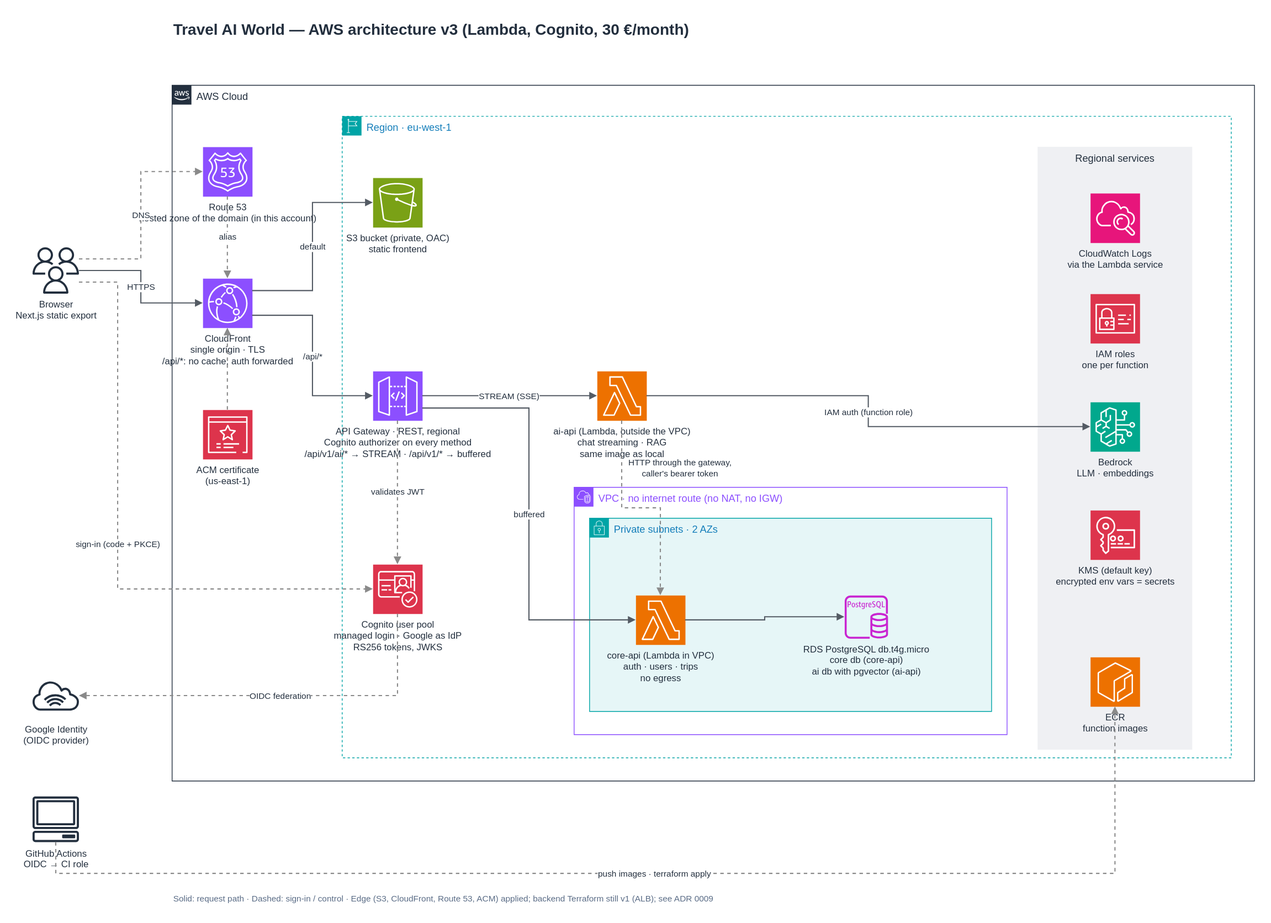
Before: docs/architecture/aws-architecture.drawio.svg, a diagram exported from draw.io (manupm87/travel-ai-world). Source tidied: cells renumbered, new cells last; positions are measured from the earlier drawing's top-left corner, leaving out a move shared by most shapes.
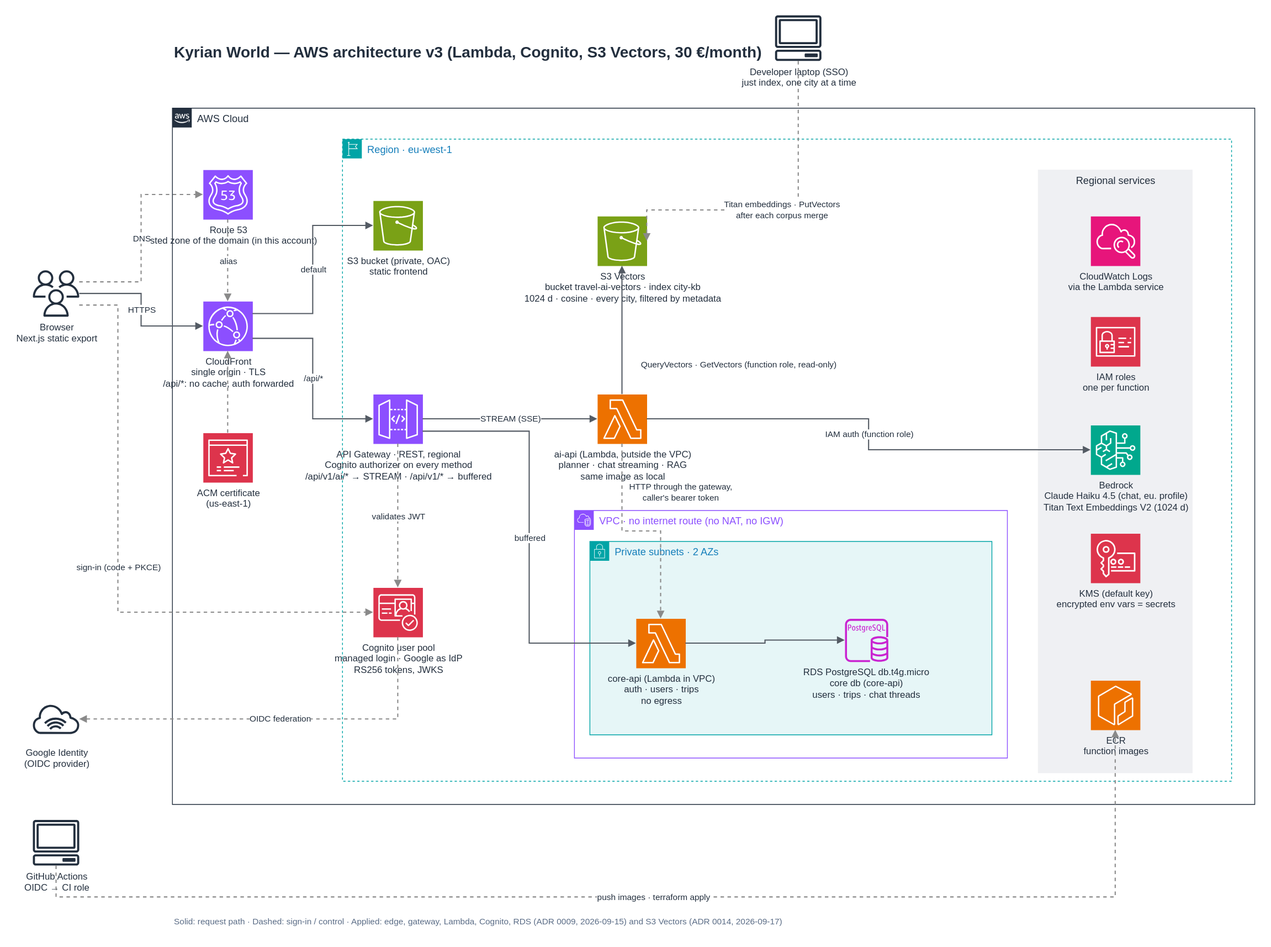
The same diagram one commit later.

Commit message:
docs: AWS diagram shows S3 Vectors and the Bedrock models, drops pgvector and the v1 note (TRA-203)

Change to the diagram source:
```diff
@@ -35,7 +35,7 @@
     <mxCell id="12" value="Cognito user pool&lt;br&gt;managed login · Google as IdP&lt;br&gt;RS256 tokens, JWKS" style="sketch=0;points=[[0,0,0],[0.25,0,0],[0.5,0,0],[0.75,0,0],[1,0,0],[0,1,0],[0.25,1,0],[0.5,1,0],[0.75,1,0],[1,1,0],[0,0.25,0],[0,0.5,0],[0,0.75,0],[1,0.25,0],[1,0.5,0],[1,0.75,0]];outlineConnect=0;fontColor=#232F3E;fillColor=#DD344C;strokeColor=#ffffff;dashed=0;verticalLabelPosition=bottom;verticalAlign=top;align=center;html=1;fontSize=12;fontStyle=0;shape=mxgraph.aws4.resourceIcon;resIcon=mxgraph.aws4.cognito;" parent="9" vertex="1">
       <mxGeometry x="40" y="580" width="64" height="64" as="geometry" />
     </mxCell>
-    <mxCell id="13" value="ai-api (Lambda, outside the VPC)&lt;br&gt;chat streaming · RAG&lt;br&gt;same image as local" style="sketch=0;points=[[0,0,0],[0.25,0,0],[0.5,0,0],[0.75,0,0],[1,0,0],[0,1,0],[0.25,1,0],[0.5,1,0],[0.75,1,0],[1,1,0],[0,0.25,0],[0,0.5,0],[0,0.75,0],[1,0.25,0],[1,0.5,0],[1,0.75,0]];outlineConnect=0;fontColor=#232F3E;fillColor=#ED7100;strokeColor=#ffffff;dashed=0;verticalLabelPosition=bottom;verticalAlign=top;align=center;html=1;fontSize=12;fontStyle=0;shape=mxgraph.aws4.resourceIcon;resIcon=mxgraph.aws4.lambda;" parent="9" vertex="1">
+    <mxCell id="13" value="ai-api (Lambda, outside the VPC)&lt;br&gt;planner · chat streaming · RAG&lt;br&gt;same image as local" style="sketch=0;points=[[0,0,0],[0.25,0,0],[0.5,0,0],[0.75,0,0],[1,0,0],[0,1,0],[0.25,1,0],[0.5,1,0],[0.75,1,0],[1,1,0],[0,0.25,0],[0,0.5,0],[0,0.75,0],[1,0.25,0],[1,0.5,0],[1,0.75,0]];outlineConnect=0;fontColor=#232F3E;fillColor=#ED7100;strokeColor=#ffffff;dashed=0;verticalLabelPosition=bottom;verticalAlign=top;align=center;html=1;fontSize=12;fontStyle=0;shape=mxgraph.aws4.resourceIcon;resIcon=mxgraph.aws4.lambda;" parent="9" vertex="1">
       <mxGeometry x="330" y="330" width="64" height="64" as="geometry" />
     </mxCell>
     <mxCell id="14" value="VPC · no internet route (no NAT, no IGW)" style="gradientColor=none;html=1;whiteSpace=wrap;fontSize=13;fontStyle=0;shape=mxgraph.aws4.group;grIcon=mxgraph.aws4.group_vpc2;verticalAlign=top;align=left;spacingLeft=30;strokeColor=#8C4FFF;fillColor=none;fontColor=#8C4FFF;dashed=0;" parent="9" vertex="1">
@@ -47,7 +47,7 @@
     <mxCell id="16" value="core-api (Lambda in VPC)&lt;br&gt;auth · users · trips&lt;br&gt;no egress" style="sketch=0;points=[[0,0,0],[0.25,0,0],[0.5,0,0],[0.75,0,0],[1,0,0],[0,1,0],[0.25,1,0],[0.5,1,0],[0.75,1,0],[1,1,0],[0,0.25,0],[0,0.5,0],[0,0.75,0],[1,0.25,0],[1,0.5,0],[1,0.75,0]];outlineConnect=0;fontColor=#232F3E;fillColor=#ED7100;strokeColor=#ffffff;dashed=0;verticalLabelPosition=bottom;verticalAlign=top;align=center;html=1;fontSize=12;fontStyle=0;shape=mxgraph.aws4.resourceIcon;resIcon=mxgraph.aws4.lambda;" parent="15" vertex="1">
       <mxGeometry x="60" y="100" width="64" height="64" as="geometry" />
     </mxCell>
-    <mxCell id="17" value="RDS PostgreSQL db.t4g.micro&lt;br&gt;core db (core-api)&lt;br&gt;ai db with pgvector (ai-api)" style="sketch=0;points=[[0,0,0],[0.25,0,0],[0.5,0,0],[0.75,0,0],[1,0,0],[0,1,0],[0.25,1,0],[0.5,1,0],[0.75,1,0],[1,1,0],[0,0.25,0],[0,0.5,0],[0,0.75,0],[1,0.25,0],[1,0.5,0],[1,0.75,0]];outlineConnect=0;fontColor=#232F3E;fillColor=#C925D1;strokeColor=#ffffff;dashed=0;verticalLabelPosition=bottom;verticalAlign=top;align=center;html=1;fontSize=12;fontStyle=0;shape=mxgraph.aws4.rds_postgresql_instance;" parent="15" vertex="1">
+    <mxCell id="17" value="RDS PostgreSQL db.t4g.micro&lt;br&gt;core db (core-api)&lt;br&gt;users · trips · chat threads" style="sketch=0;points=[[0,0,0],[0.25,0,0],[0.5,0,0],[0.75,0,0],[1,0,0],[0,1,0],[0.25,1,0],[0.5,1,0],[0.75,1,0],[1,1,0],[0,0.25,0],[0,0.5,0],[0,0.75,0],[1,0.25,0],[1,0.5,0],[1,0.75,0]];outlineConnect=0;fontColor=#232F3E;fillColor=#C925D1;strokeColor=#ffffff;dashed=0;verticalLabelPosition=bottom;verticalAlign=top;align=center;html=1;fontSize=12;fontStyle=0;shape=mxgraph.aws4.rds_postgresql_instance;" parent="15" vertex="1">
       <mxGeometry x="330" y="100" width="56" height="56" as="geometry" />
     </mxCell>
     <mxCell id="18" value="Regional services" style="fillColor=#EFF0F3;strokeColor=none;dashed=0;verticalAlign=top;fontStyle=0;fontSize=13;fontColor=#232F3D;whiteSpace=wrap;html=1;" parent="9" vertex="1">
@@ -59,7 +59,7 @@
     <mxCell id="20" value="IAM roles&lt;br&gt;one per function" style="sketch=0;fontColor=#232F3E;fillColor=#DD344C;strokeColor=#ffffff;dashed=0;verticalLabelPosition=bottom;verticalAlign=top;align=center;html=1;fontSize=12;fontStyle=0;shape=mxgraph.aws4.resourceIcon;resIcon=mxgraph.aws4.identity_and_access_management;" parent="18" vertex="1">
       <mxGeometry x="68" y="190" width="64" height="64" as="geometry" />
     </mxCell>
-    <mxCell id="21" value="Bedrock&lt;br&gt;LLM · embeddings" style="sketch=0;points=[[0,0,0],[0.25,0,0],[0.5,0,0],[0.75,0,0],[1,0,0],[0,1,0],[0.25,1,0],[0.5,1,0],[0.75,1,0],[1,1,0],[0,0.25,0],[0,0.5,0],[0,0.75,0],[1,0.25,0],[1,0.5,0],[1,0.75,0]];outlineConnect=0;fontColor=#232F3E;fillColor=#01A88D;strokeColor=#ffffff;dashed=0;verticalLabelPosition=bottom;verticalAlign=top;align=center;html=1;fontSize=12;fontStyle=0;shape=mxgraph.aws4.resourceIcon;resIcon=mxgraph.aws4.bedrock;" parent="18" vertex="1">
+    <mxCell id="21" value="Bedrock&lt;br&gt;Claude Haiku 4.5 (chat, eu. profile)&lt;br&gt;Titan Text Embeddings V2 (1024 d)" style="sketch=0;points=[[0,0,0],[0.25,0,0],[0.5,0,0],[0.75,0,0],[1,0,0],[0,1,0],[0.25,1,0],[0.5,1,0],[0.75,1,0],[1,1,0],[0,0.25,0],[0,0.5,0],[0,0.75,0],[1,0.25,0],[1,0.5,0],[1,0.75,0]];outlineConnect=0;fontColor=#232F3E;fillColor=#01A88D;strokeColor=#ffffff;dashed=0;verticalLabelPosition=bottom;verticalAlign=top;align=center;html=1;fontSize=12;fontStyle=0;shape=mxgraph.aws4.resourceIcon;resIcon=mxgraph.aws4.bedrock;" parent="18" vertex="1">
       <mxGeometry x="68" y="330" width="64" height="64" as="geometry" />
     </mxCell>
     <mxCell id="22" value="KMS (default key)&lt;br&gt;encrypted env vars = secrets" style="sketch=0;fontColor=#232F3E;fillColor=#DD344C;strokeColor=#ffffff;dashed=0;verticalLabelPosition=bottom;verticalAlign=top;align=center;html=1;fontSize=12;fontStyle=0;shape=mxgraph.aws4.resourceIcon;resIcon=mxgraph.aws4.key_management_service;" parent="18" vertex="1">
@@ -68,6 +68,12 @@
     <mxCell id="23" value="ECR&lt;br&gt;function images" style="sketch=0;points=[[0,0,0],[0.25,0,0],[0.5,0,0],[0.75,0,0],[1,0,0],[0,1,0],[0.25,1,0],[0.5,1,0],[0.75,1,0],[1,1,0],[0,0.25,0],[0,0.5,0],[0,0.75,0],[1,0.25,0],[1,0.5,0],[1,0.75,0]];outlineConnect=0;fontColor=#232F3E;fillColor=#ED7100;strokeColor=#ffffff;dashed=0;verticalLabelPosition=bottom;verticalAlign=top;align=center;html=1;fontSize=12;fontStyle=0;shape=mxgraph.aws4.resourceIcon;resIcon=mxgraph.aws4.ecr;" parent="18" vertex="1">
       <mxGeometry x="68" y="660" width="64" height="64" as="geometry" />
     </mxCell>
+    <mxCell id="41" value="S3 Vectors&lt;br&gt;bucket travel-ai-vectors · index city-kb&lt;br&gt;1024 d · cosine · every city, filtered by metadata" style="sketch=0;points=[[0,0,0],[0.25,0,0],[0.5,0,0],[0.75,0,0],[1,0,0],[0,1,0],[0.25,1,0],[0.5,1,0],[0.75,1,0],[1,1,0],[0,0.25,0],[0,0.5,0],[0,0.75,0],[1,0.25,0],[1,0.5,0],[1,0.75,0]];outlineConnect=0;fontColor=#232F3E;fillColor=#7AA116;strokeColor=#ffffff;dashed=0;verticalLabelPosition=bottom;verticalAlign=top;align=center;html=1;fontSize=12;fontStyle=0;shape=mxgraph.aws4.resourceIcon;resIcon=mxgraph.aws4.s3;" parent="9" vertex="1">
+      <mxGeometry x="330" y="100" width="64" height="64" as="geometry" />
+    </mxCell>
+    <mxCell id="42" value="Developer laptop (SSO)&lt;br&gt;just index, one city at a time" style="sketch=0;outlineConnect=0;fontColor=#232F3E;gradientColor=none;fillColor=#232F3E;strokeColor=none;dashed=0;verticalLabelPosition=bottom;verticalAlign=top;align=center;html=1;fontSize=12;fontStyle=0;shape=mxgraph.aws4.client;" parent="1" vertex="1">
+      <mxGeometry x="960" y="-30" width="60" height="60" as="geometry" />
+    </mxCell>
     <mxCell id="24" value="DNS" style="edgeStyle=orthogonalEdgeStyle;rounded=0;jettySize=auto;html=1;endArrow=block;endFill=1;strokeWidth=1.5;strokeColor=#8a8a8a;fontColor=#232F3E;fontSize=11;labelBackgroundColor=#ffffff;dashed=1;exitX=1;exitY=0.25;exitDx=0;exitDy=0;entryX=0;entryY=0.5;entryDx=0;entryDy=0;" parent="1" edge="1" source="2" target="6">
       <mxGeometry relative="1" as="geometry" />
     </mxCell>
@@ -129,11 +135,23 @@
         </Array>
       </mxGeometry>
     </mxCell>
-    <mxCell id="39" value="Travel AI World — AWS architecture v3 (Lambda, Cognito, 30 €/month)" style="text;html=1;align=left;verticalAlign=middle;fontSize=20;fontStyle=1;fontColor=#232F3E;" parent="1" vertex="1">
+    <mxCell id="39" value="Kyrian World — AWS architecture v3 (Lambda, Cognito, S3 Vectors, 30 €/month)" style="text;html=1;align=left;verticalAlign=middle;fontSize=20;fontStyle=1;fontColor=#232F3E;" parent="1" vertex="1">
       <mxGeometry x="180" width="900" height="34" as="geometry" />
     </mxCell>
-    <mxCell id="40" value="Solid: request path · Dashed: sign-in / control · Edge (S3, CloudFront, Route 53, ACM) applied; backend Terraform still v1 (ALB); see ADR 0009" style="text;html=1;align=left;verticalAlign=middle;fontSize=11;fontColor=#5A6C86;" parent="1" vertex="1">
+    <mxCell id="40" value="Solid: request path · Dashed: sign-in / control · Applied: edge, gateway, Lambda, Cognito, RDS (ADR 0009, 2026-09-15) and S3 Vectors (ADR 0014, 2026-09-17)" style="text;html=1;align=left;verticalAlign=middle;fontSize=11;fontColor=#5A6C86;" parent="1" vertex="1">
       <mxGeometry x="180" y="1130" width="900" height="24" as="geometry" />
     </mxCell>
+    <mxCell id="43" value="QueryVectors · GetVectors (function role, read-only)" style="edgeStyle=orthogonalEdgeStyle;rounded=0;jettySize=auto;html=1;endArrow=block;endFill=1;strokeWidth=1.5;strokeColor=#545B64;fontColor=#232F3E;fontSize=11;labelBackgroundColor=#ffffff;dashed=0;exitX=0.5;exitY=0;exitDx=0;exitDy=0;entryX=0.5;entryY=1;entryDx=0;entryDy=0;" parent="1" edge="1" source="13" target="41">
+      <mxGeometry relative="1" as="geometry">
+        <mxPoint x="150" y="45" as="offset" />
+      </mxGeometry>
+    </mxCell>
+    <mxCell id="44" value="Titan embeddings · PutVectors&lt;br&gt;after each corpus merge" style="edgeStyle=orthogonalEdgeStyle;rounded=0;jettySize=auto;html=1;endArrow=block;endFill=1;strokeWidth=1.5;strokeColor=#8a8a8a;fontColor=#232F3E;fontSize=11;labelBackgroundColor=#ffffff;dashed=1;exitX=0.5;exitY=1;exitDx=0;exitDy=0;entryX=1;entryY=0.5;entryDx=0;entryDy=0;" parent="1" edge="1" source="42" target="41">
+      <mxGeometry relative="1" as="geometry">
+        <Array as="points">
+          <mxPoint x="990" y="222" />
+        </Array>
+      </mxGeometry>
+    </mxCell>
   </root>
 </mxGraphModel>
```
